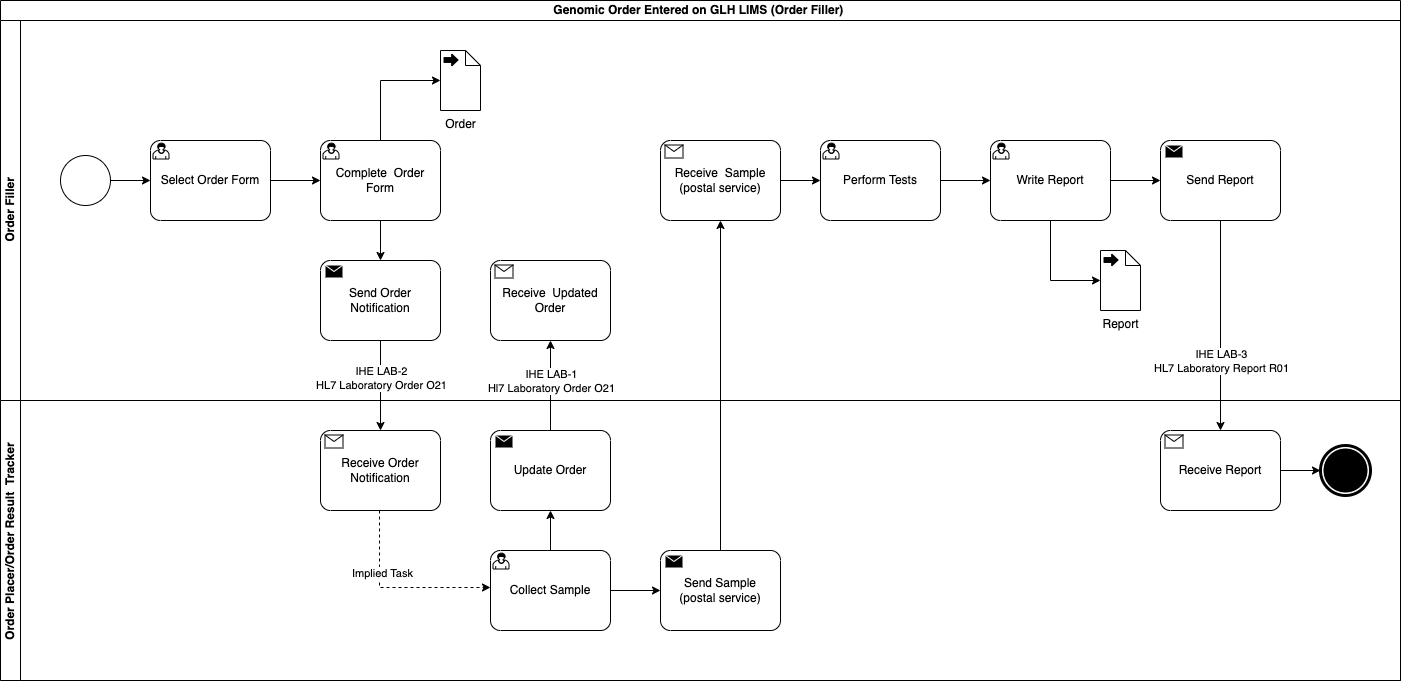
The draw.io diagram input/images/LTW Use Case 3.drawio.png in nw-gmsa/nw-gmsa.github.com, before a commit. Source tidied: cells renumbered, new cells last; positions are measured from the earlier drawing's top-left corner, leaving out a move shared by most shapes.
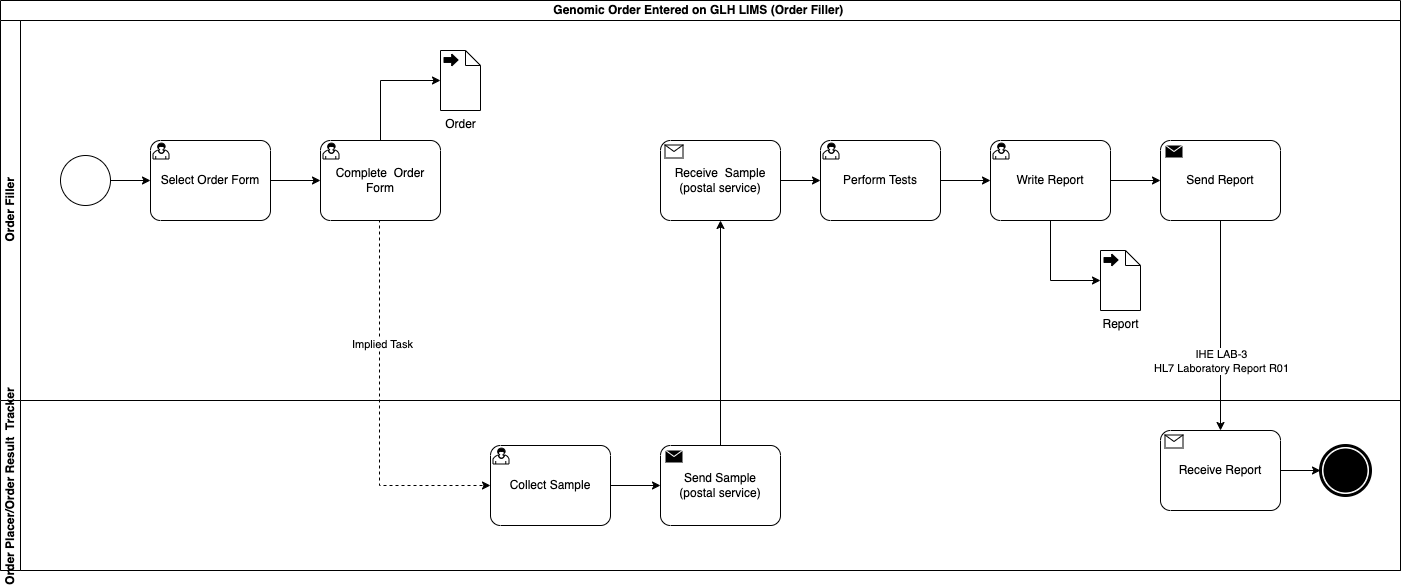
After the commit.

What changed in the source:
```diff
@@ -3,7 +3,7 @@
     <mxCell id="0" />
     <mxCell id="1" parent="0" />
     <mxCell id="2" value="Genomic Order Entered on GLH LIMS (Order Filler)&amp;nbsp;" style="swimlane;html=1;horizontal=1;startSize=20;whiteSpace=wrap;" parent="1" vertex="1">
-      <mxGeometry width="1400" height="680" as="geometry" />
+      <mxGeometry width="1400" height="570" as="geometry" />
     </mxCell>
     <mxCell id="3" value="Order Filler" style="swimlane;html=1;startSize=20;horizontal=0;" parent="2" vertex="1">
       <mxGeometry y="20" width="1400" height="380" as="geometry" />
@@ -23,21 +23,12 @@
     <mxCell id="8" value="Complete&amp;nbsp; Order Form" style="points=[[0.25,0,0],[0.5,0,0],[0.75,0,0],[1,0.25,0],[1,0.5,0],[1,0.75,0],[0.75,1,0],[0.5,1,0],[0.25,1,0],[0,0.75,0],[0,0.5,0],[0,0.25,0]];shape=mxgraph.bpmn.task2;whiteSpace=wrap;rectStyle=rounded;size=10;html=1;taskMarker=user;" parent="3" vertex="1">
       <mxGeometry x="320" y="120" width="120" height="80" as="geometry" />
     </mxCell>
-    <mxCell id="9" value="Send Order Notification" style="points=[[0.25,0,0],[0.5,0,0],[0.75,0,0],[1,0.25,0],[1,0.5,0],[1,0.75,0],[0.75,1,0],[0.5,1,0],[0.25,1,0],[0,0.75,0],[0,0.5,0],[0,0.25,0]];shape=mxgraph.bpmn.task2;whiteSpace=wrap;rectStyle=rounded;size=10;html=1;taskMarker=send;" parent="3" vertex="1">
-      <mxGeometry x="320" y="240" width="120" height="80" as="geometry" />
-    </mxCell>
-    <mxCell id="10" style="edgeStyle=orthogonalEdgeStyle;rounded=0;jettySize=auto;html=1;entryX=0.5;entryY=0;entryDx=0;entryDy=0;entryPerimeter=0;" parent="3" edge="1" source="8" target="9">
-      <mxGeometry relative="1" as="geometry" />
-    </mxCell>
     <mxCell id="11" value="Order" style="shape=mxgraph.bpmn.data2;labelPosition=center;verticalLabelPosition=bottom;align=center;verticalAlign=top;size=15;html=1;bpmnTransferType=output;" parent="3" vertex="1">
       <mxGeometry x="440" y="30" width="40" height="60" as="geometry" />
     </mxCell>
     <mxCell id="12" style="edgeStyle=orthogonalEdgeStyle;rounded=0;jettySize=auto;html=1;entryX=0;entryY=0.5;entryDx=0;entryDy=0;entryPerimeter=0;" parent="3" edge="1" source="8" target="11">
       <mxGeometry relative="1" as="geometry" />
     </mxCell>
-    <mxCell id="13" value="Receive&amp;nbsp; Updated Order" style="points=[[0.25,0,0],[0.5,0,0],[0.75,0,0],[1,0.25,0],[1,0.5,0],[1,0.75,0],[0.75,1,0],[0.5,1,0],[0.25,1,0],[0,0.75,0],[0,0.5,0],[0,0.25,0]];shape=mxgraph.bpmn.task2;whiteSpace=wrap;rectStyle=rounded;size=10;html=1;taskMarker=receive;" parent="3" vertex="1">
-      <mxGeometry x="490" y="240" width="120" height="80" as="geometry" />
-    </mxCell>
     <mxCell id="14" value="Receive&amp;nbsp; Sample&lt;br&gt;(postal service)" style="points=[[0.25,0,0],[0.5,0,0],[0.75,0,0],[1,0.25,0],[1,0.5,0],[1,0.75,0],[0.75,1,0],[0.5,1,0],[0.25,1,0],[0,0.75,0],[0,0.5,0],[0,0.25,0]];shape=mxgraph.bpmn.task2;whiteSpace=wrap;rectStyle=rounded;size=10;html=1;taskMarker=receive;" parent="3" vertex="1">
       <mxGeometry x="660" y="120" width="120" height="80" as="geometry" />
     </mxCell>
@@ -69,47 +60,14 @@
         </Array>
       </mxGeometry>
     </mxCell>
-    <mxCell id="23" style="edgeStyle=orthogonalEdgeStyle;rounded=0;jettySize=auto;html=1;" parent="2" edge="1" source="9" target="28">
-      <mxGeometry relative="1" as="geometry" />
-    </mxCell>
-    <mxCell id="24" value="IHE LAB-2&lt;br&gt;HL7 Laboratory Order O21" style="edgeLabel;html=1;align=center;verticalAlign=middle;" parent="23" vertex="1">
-      <mxGeometry x="-0.18" relative="1" as="geometry" />
-    </mxCell>
-    <mxCell id="25" style="edgeStyle=orthogonalEdgeStyle;rounded=0;jettySize=auto;html=1;entryX=0.5;entryY=1;entryDx=0;entryDy=0;entryPerimeter=0;" parent="2" edge="1" source="32" target="13">
-      <mxGeometry relative="1" as="geometry" />
-    </mxCell>
-    <mxCell id="26" value="IHE LAB-1&lt;br&gt;Hl7 Laboratory Order O21" style="edgeLabel;html=1;align=center;verticalAlign=middle;" parent="25" vertex="1">
-      <mxGeometry x="-0.13" relative="1" as="geometry">
-        <mxPoint y="-11" as="offset" />
-      </mxGeometry>
-    </mxCell>
     <mxCell id="27" value="Order Placer/Order Result&amp;nbsp; Tracker&amp;nbsp;" style="swimlane;html=1;startSize=20;horizontal=0;" parent="2" vertex="1">
-      <mxGeometry y="400" width="1400" height="280" as="geometry" />
+      <mxGeometry y="400" width="1400" height="170" as="geometry" />
     </mxCell>
-    <mxCell id="28" value="Receive Order&lt;br&gt;Notification" style="points=[[0.25,0,0],[0.5,0,0],[0.75,0,0],[1,0.25,0],[1,0.5,0],[1,0.75,0],[0.75,1,0],[0.5,1,0],[0.25,1,0],[0,0.75,0],[0,0.5,0],[0,0.25,0]];shape=mxgraph.bpmn.task2;whiteSpace=wrap;rectStyle=rounded;size=10;html=1;taskMarker=receive;" parent="27" vertex="1">
-      <mxGeometry x="320" y="30" width="120" height="80" as="geometry" />
-    </mxCell>
     <mxCell id="29" value="Collect Sample" style="points=[[0.25,0,0],[0.5,0,0],[0.75,0,0],[1,0.25,0],[1,0.5,0],[1,0.75,0],[0.75,1,0],[0.5,1,0],[0.25,1,0],[0,0.75,0],[0,0.5,0],[0,0.25,0]];shape=mxgraph.bpmn.task2;whiteSpace=wrap;rectStyle=rounded;size=10;html=1;taskMarker=user;" parent="27" vertex="1">
-      <mxGeometry x="490" y="150" width="120" height="80" as="geometry" />
+      <mxGeometry x="490" y="45" width="120" height="80" as="geometry" />
     </mxCell>
-    <mxCell id="30" style="edgeStyle=orthogonalEdgeStyle;rounded=0;jettySize=auto;html=1;dashed=1;" parent="27" edge="1" source="28" target="29">
-      <mxGeometry relative="1" as="geometry">
-        <Array as="points">
-          <mxPoint x="379" y="187" />
-        </Array>
-      </mxGeometry>
-    </mxCell>
-    <mxCell id="31" value="Implied Task" style="edgeLabel;html=1;align=center;verticalAlign=middle;" parent="30" vertex="1">
-      <mxGeometry x="-0.34" y="2" relative="1" as="geometry" />
-    </mxCell>
-    <mxCell id="32" value="Update Order" style="points=[[0.25,0,0],[0.5,0,0],[0.75,0,0],[1,0.25,0],[1,0.5,0],[1,0.75,0],[0.75,1,0],[0.5,1,0],[0.25,1,0],[0,0.75,0],[0,0.5,0],[0,0.25,0]];shape=mxgraph.bpmn.task2;whiteSpace=wrap;rectStyle=rounded;size=10;html=1;taskMarker=send;" parent="27" vertex="1">
-      <mxGeometry x="490" y="30" width="120" height="80" as="geometry" />
-    </mxCell>
-    <mxCell id="33" style="edgeStyle=orthogonalEdgeStyle;rounded=0;jettySize=auto;html=1;entryX=0.5;entryY=1;entryDx=0;entryDy=0;entryPerimeter=0;" parent="27" edge="1" source="29" target="32">
-      <mxGeometry relative="1" as="geometry" />
-    </mxCell>
     <mxCell id="34" value="Send Sample&lt;br&gt;(postal service)" style="points=[[0.25,0,0],[0.5,0,0],[0.75,0,0],[1,0.25,0],[1,0.5,0],[1,0.75,0],[0.75,1,0],[0.5,1,0],[0.25,1,0],[0,0.75,0],[0,0.5,0],[0,0.25,0]];shape=mxgraph.bpmn.task2;whiteSpace=wrap;rectStyle=rounded;size=10;html=1;taskMarker=send;" parent="27" vertex="1">
-      <mxGeometry x="660" y="150" width="120" height="80" as="geometry" />
+      <mxGeometry x="660" y="45" width="120" height="80" as="geometry" />
     </mxCell>
     <mxCell id="35" style="edgeStyle=orthogonalEdgeStyle;rounded=0;jettySize=auto;html=1;entryX=0;entryY=0.5;entryDx=0;entryDy=0;entryPerimeter=0;exitX=1;exitY=0.5;exitDx=0;exitDy=0;exitPerimeter=0;" parent="27" edge="1" source="29" target="34">
       <mxGeometry relative="1" as="geometry" />
@@ -134,5 +92,16 @@
         <mxPoint x="-1" y="31" as="offset" />
       </mxGeometry>
     </mxCell>
+    <mxCell id="30" style="edgeStyle=orthogonalEdgeStyle;rounded=0;jettySize=auto;html=1;dashed=1;exitX=0.5;exitY=1;exitDx=0;exitDy=0;exitPerimeter=0;entryX=0;entryY=0.5;entryDx=0;entryDy=0;entryPerimeter=0;" parent="2" edge="1" source="8" target="29">
+      <mxGeometry relative="1" as="geometry">
+        <Array as="points">
+          <mxPoint x="379" y="220" />
+          <mxPoint x="379" y="485" />
+        </Array>
+      </mxGeometry>
+    </mxCell>
+    <mxCell id="31" value="Implied Task" style="edgeLabel;html=1;align=center;verticalAlign=middle;" parent="30" vertex="1">
+      <mxGeometry x="-0.34" y="2" relative="1" as="geometry" />
+    </mxCell>
   </root>
 </mxGraphModel>
```
